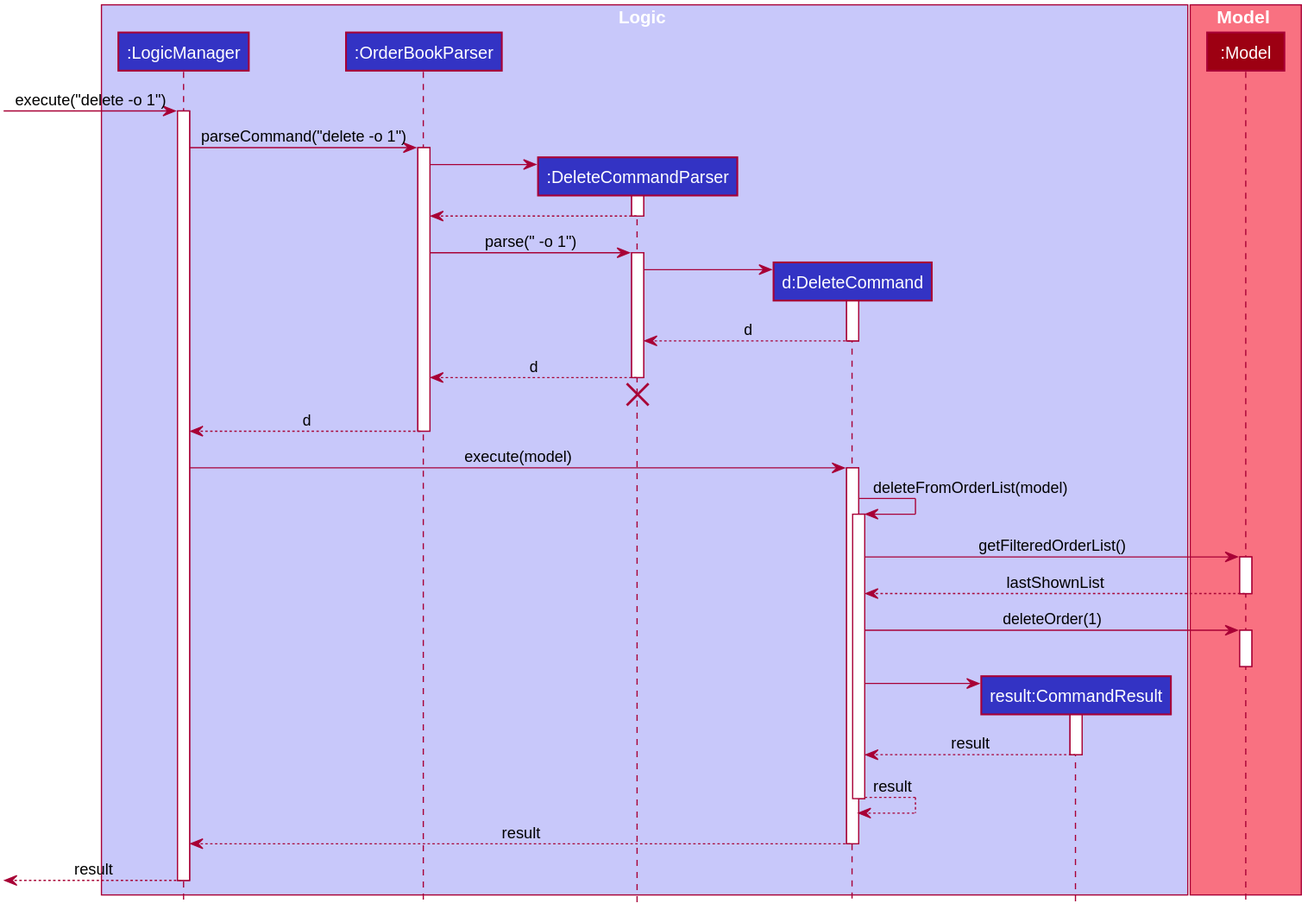
Above: docs/images/DeleteSequenceDiagram.svg in nus-cs2103-AY1920S2/addressbook-level3 (PlantUML), before the change.
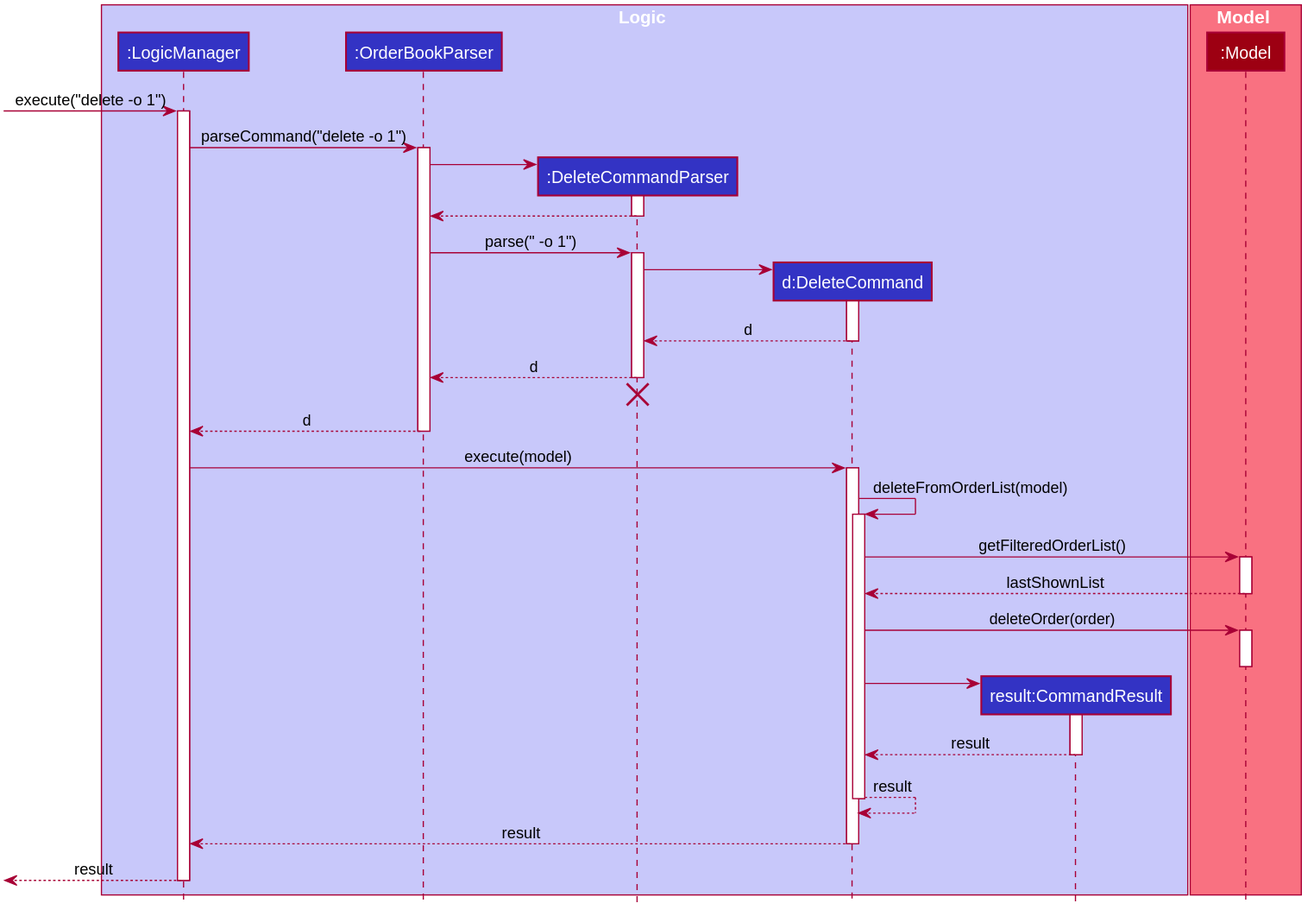
After the commit.

Commit message:
Update Delete Sequence Diagram bug in function

Change to the diagram source:
```diff
@@ -100,7 +100,7 @@
 activate Model
 Model --> DeleteCommand : lastShownList
 deactivate Model
-DeleteCommand -> Model : deleteOrder(1)
+DeleteCommand -> Model : deleteOrder(order)
 activate Model
 deactivate Model
 create CommandResult
```
